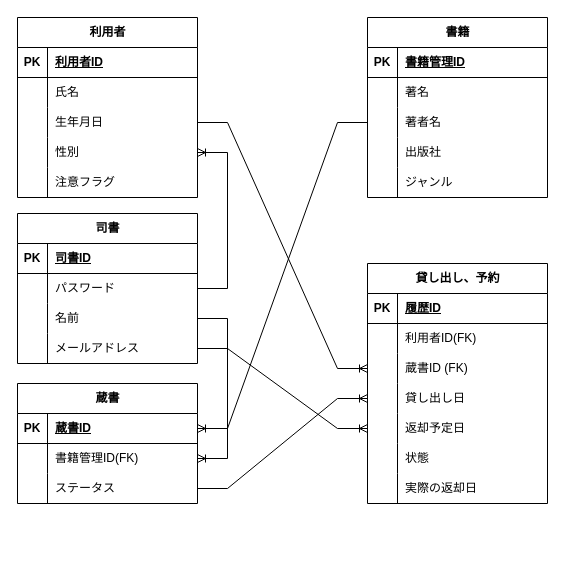
This is ER/liblaly_ER図.drawio from lc-lor-lcb/liblary, a draw.io file, before an edit. Source tidied: cells renumbered, new cells numbered last; positions are measured from the earlier drawing's top-left corner, leaving out a move shared by most shapes. Both pictures are drawn from the tidied source at 100%, with x=0, y=0 at pixel (17, 17).
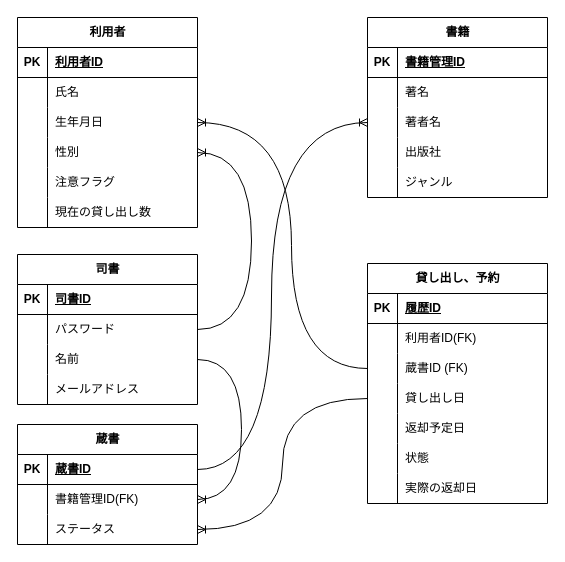
After the change.

Unchanged cells that the change refers to:
```xml
<mxCell id="9" style="shape=tableRow;horizontal=0;startSize=0;swimlaneHead=0;swimlaneBody=0;fillColor=none;points=[[0,0.5],[1,0.5]];portConstraint=eastwest;top=0;left=0;right=0;bottom=0;" parent="2" vertex="1">
  <mxGeometry y="90" width="180" height="30" as="geometry" />
</mxCell>
<mxCell id="12" style="shape=tableRow;horizontal=0;startSize=0;swimlaneHead=0;swimlaneBody=0;fillColor=none;points=[[0,0.5],[1,0.5]];portConstraint=eastwest;top=0;left=0;right=0;bottom=0;" parent="2" vertex="1">
  <mxGeometry y="120" width="180" height="30" as="geometry" />
</mxCell>
<mxCell id="25" style="shape=tableRow;horizontal=0;startSize=0;swimlaneHead=0;swimlaneBody=0;fillColor=none;points=[[0,0.5],[1,0.5]];portConstraint=eastwest;top=0;left=0;right=0;bottom=0;" parent="18" vertex="1">
  <mxGeometry y="90" width="180" height="30" as="geometry" />
</mxCell>
<mxCell id="35" style="shape=tableRow;horizontal=0;startSize=0;swimlaneHead=0;swimlaneBody=0;fillColor=none;points=[[0,0.5],[1,0.5]];portConstraint=eastwest;top=0;left=0;right=0;bottom=1;" parent="34" vertex="1">
  <mxGeometry y="30" width="180" height="30" as="geometry" />
</mxCell>
<mxCell id="38" style="shape=tableRow;horizontal=0;startSize=0;swimlaneHead=0;swimlaneBody=0;fillColor=none;points=[[0,0.5],[1,0.5]];portConstraint=eastwest;top=0;left=0;right=0;bottom=0;" parent="34" vertex="1">
  <mxGeometry y="60" width="180" height="30" as="geometry" />
</mxCell>
<mxCell id="41" style="shape=tableRow;horizontal=0;startSize=0;swimlaneHead=0;swimlaneBody=0;fillColor=none;points=[[0,0.5],[1,0.5]];portConstraint=eastwest;top=0;left=0;right=0;bottom=0;" parent="34" vertex="1">
  <mxGeometry y="90" width="180" height="30" as="geometry" />
</mxCell>
<mxCell id="51" style="shape=tableRow;horizontal=0;startSize=0;swimlaneHead=0;swimlaneBody=0;fillColor=none;points=[[0,0.5],[1,0.5]];portConstraint=eastwest;top=0;left=0;right=0;bottom=0;" parent="44" vertex="1">
  <mxGeometry y="90" width="180" height="30" as="geometry" />
</mxCell>
<mxCell id="54" style="shape=tableRow;horizontal=0;startSize=0;swimlaneHead=0;swimlaneBody=0;fillColor=none;points=[[0,0.5],[1,0.5]];portConstraint=eastwest;top=0;left=0;right=0;bottom=0;" parent="44" vertex="1">
  <mxGeometry y="120" width="180" height="30" as="geometry" />
</mxCell>
<mxCell id="57" style="shape=tableRow;horizontal=0;startSize=0;swimlaneHead=0;swimlaneBody=0;fillColor=none;points=[[0,0.5],[1,0.5]];portConstraint=eastwest;top=0;left=0;right=0;bottom=0;" parent="44" vertex="1">
  <mxGeometry y="150" width="180" height="30" as="geometry" />
</mxCell>
<mxCell id="73" style="shape=tableRow;horizontal=0;startSize=0;swimlaneHead=0;swimlaneBody=0;fillColor=none;points=[[0,0.5],[1,0.5]];portConstraint=eastwest;top=0;left=0;right=0;bottom=0;" parent="69" vertex="1">
  <mxGeometry y="60" width="180" height="30" as="geometry" />
</mxCell>
<mxCell id="76" style="shape=tableRow;horizontal=0;startSize=0;swimlaneHead=0;swimlaneBody=0;fillColor=none;points=[[0,0.5],[1,0.5]];portConstraint=eastwest;top=0;left=0;right=0;bottom=0;" parent="69" vertex="1">
  <mxGeometry y="90" width="180" height="30" as="geometry" />
</mxCell>
<mxCell id="79" style="shape=tableRow;horizontal=0;startSize=0;swimlaneHead=0;swimlaneBody=0;fillColor=none;points=[[0,0.5],[1,0.5]];portConstraint=eastwest;top=0;left=0;right=0;bottom=0;" parent="69" vertex="1">
  <mxGeometry y="120" width="180" height="30" as="geometry" />
</mxCell>
```

Diff of the diagram source:
```diff
@@
     <mxCell id="2" value="利用者" style="shape=table;startSize=30;childLayout=tableLayout;rowLines=0;fontStyle=1;align=center;html=1;" parent="1" vertex="1">
-      <mxGeometry width="180" height="180" as="geometry" />
+      <mxGeometry width="180" height="210" as="geometry" />
     </mxCell>
@@
+    <mxCell id="85" style="shape=tableRow;horizontal=0;startSize=0;swimlaneHead=0;swimlaneBody=0;fillColor=none;top=0;left=0;right=0;bottom=0;" parent="2" vertex="1">
+      <mxGeometry y="180" width="180" height="30" as="geometry" />
+    </mxCell>
+    <mxCell id="86" value="&lt;div&gt;&lt;br&gt;&lt;/div&gt;" style="shape=partialRectangle;fillColor=none;top=0;left=0;bottom=0;right=0;overflow=hidden;whiteSpace=wrap;html=1;" parent="85" vertex="1">
+      <mxGeometry width="30" height="30" as="geometry" />
+    </mxCell>
+    <mxCell id="87" value="現在の貸し出し数" style="shape=partialRectangle;fillColor=none;top=0;left=0;bottom=0;right=0;align=left;spacingLeft=6;overflow=hidden;whiteSpace=wrap;html=1;" parent="85" vertex="1">
+      <mxGeometry x="30" width="150" height="30" as="geometry" />
+    </mxCell>
@@
     <mxCell id="34" value="蔵書" style="shape=table;startSize=30;childLayout=tableLayout;rowLines=0;fontStyle=1;align=center;html=1;" parent="1" vertex="1">
-      <mxGeometry y="366" width="180" height="120" as="geometry" />
+      <mxGeometry y="407" width="180" height="120" as="geometry" />
     </mxCell>
@@
-    <mxCell id="66" style="edgeStyle=entityRelationEdgeStyle;fontSize=12;html=1;endArrow=ERoneToMany;rounded=0;entryX=0;entryY=0.5;entryDx=0;entryDy=0;exitX=1;exitY=0.5;exitDx=0;exitDy=0;" parent="1" edge="1" source="41" target="54">
+    <mxCell id="66" style="edgeStyle=orthogonalEdgeStyle;fontSize=12;html=1;endArrow=ERoneToMany;rounded=0;entryX=1;entryY=0.5;entryDx=0;entryDy=0;exitX=0;exitY=0.5;exitDx=0;exitDy=0;curved=1;" parent="1" edge="1" source="54" target="41">
       <mxGeometry relative="1" as="geometry" />
     </mxCell>
-    <mxCell id="67" style="edgeStyle=entityRelationEdgeStyle;fontSize=12;html=1;endArrow=ERoneToMany;rounded=0;entryX=0;entryY=0.5;entryDx=0;entryDy=0;exitX=1;exitY=0.5;exitDx=0;exitDy=0;" parent="1" edge="1" source="9" target="51">
-      <mxGeometry relative="1" as="geometry" />
+    <mxCell id="67" style="edgeStyle=orthogonalEdgeStyle;fontSize=12;html=1;endArrow=ERoneToMany;rounded=0;exitX=0;exitY=0.5;exitDx=0;exitDy=0;entryX=1;entryY=0.5;entryDx=0;entryDy=0;curved=1;" parent="1" edge="1" source="51" target="9">
+      <mxGeometry relative="1" as="geometry">
+        <Array as="points">
+          <mxPoint x="274" y="351" />
+          <mxPoint x="274" y="105" />
+        </Array>
+      </mxGeometry>
     </mxCell>
-    <mxCell id="68" style="edgeStyle=entityRelationEdgeStyle;fontSize=12;html=1;endArrow=ERoneToMany;rounded=0;entryX=1;entryY=0.5;entryDx=0;entryDy=0;exitX=0;exitY=0.5;exitDx=0;exitDy=0;" parent="1" edge="1" source="25" target="35">
-      <mxGeometry relative="1" as="geometry" />
+    <mxCell id="68" style="edgeStyle=orthogonalEdgeStyle;fontSize=12;html=1;endArrow=ERoneToMany;rounded=0;entryX=0;entryY=0.5;entryDx=0;entryDy=0;exitX=1;exitY=0.5;exitDx=0;exitDy=0;curved=1;" parent="1" edge="1" source="35" target="25">
+      <mxGeometry relative="1" as="geometry">
+        <Array as="points">
+          <mxPoint x="254" y="452" />
+          <mxPoint x="254" y="105" />
+        </Array>
+      </mxGeometry>
     </mxCell>
     <mxCell id="69" value="司書" style="shape=table;startSize=30;childLayout=tableLayout;rowLines=0;fontStyle=1;align=center;html=1;" parent="1" vertex="1">
-      <mxGeometry y="196" width="180" height="150" as="geometry" />
+      <mxGeometry y="237" width="180" height="150" as="geometry" />
     </mxCell>
@@
-    <mxCell id="82" style="edgeStyle=entityRelationEdgeStyle;fontSize=12;html=1;endArrow=ERoneToMany;rounded=0;exitX=1;exitY=0.5;exitDx=0;exitDy=0;entryX=1;entryY=0.5;entryDx=0;entryDy=0;" parent="1" edge="1" source="73" target="12">
-      <mxGeometry relative="1" as="geometry" />
+    <mxCell id="82" style="edgeStyle=orthogonalEdgeStyle;fontSize=12;html=1;endArrow=ERoneToMany;rounded=0;exitX=1;exitY=0.5;exitDx=0;exitDy=0;entryX=1;entryY=0.5;entryDx=0;entryDy=0;curved=1;" parent="1" edge="1" source="73" target="12">
+      <mxGeometry relative="1" as="geometry">
+        <Array as="points">
+          <mxPoint x="234" y="312" />
+          <mxPoint x="234" y="135" />
+        </Array>
+      </mxGeometry>
     </mxCell>
-    <mxCell id="83" style="edgeStyle=entityRelationEdgeStyle;fontSize=12;html=1;endArrow=ERoneToMany;rounded=0;exitX=1;exitY=0.5;exitDx=0;exitDy=0;entryX=1;entryY=0.5;entryDx=0;entryDy=0;" parent="1" edge="1" source="76" target="38">
-      <mxGeometry relative="1" as="geometry" />
+    <mxCell id="83" style="edgeStyle=orthogonalEdgeStyle;fontSize=12;html=1;endArrow=ERoneToMany;rounded=0;exitX=1;exitY=0.5;exitDx=0;exitDy=0;entryX=1;entryY=0.5;entryDx=0;entryDy=0;curved=1;" parent="1" edge="1" source="76" target="38">
+      <mxGeometry relative="1" as="geometry">
+        <Array as="points">
+          <mxPoint x="224" y="342" />
+          <mxPoint x="224" y="482" />
+        </Array>
+      </mxGeometry>
     </mxCell>
-    <mxCell id="84" style="edgeStyle=entityRelationEdgeStyle;fontSize=12;html=1;endArrow=ERoneToMany;rounded=0;exitX=1;exitY=0.5;exitDx=0;exitDy=0;entryX=0;entryY=0.5;entryDx=0;entryDy=0;" parent="1" edge="1" source="79" target="57">
-      <mxGeometry relative="1" as="geometry" />
-    </mxCell>
```
